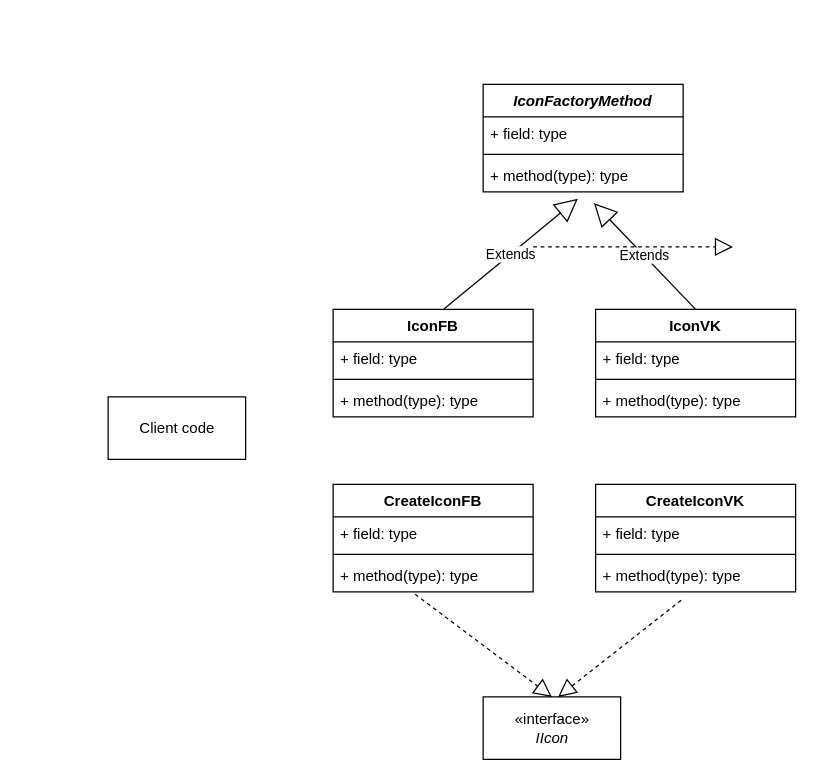
Above: Creational/Factory method/UML FactoryMethod.drawio in devlubinets/todo (draw.io), before the change. Source tidied: cells renumbered, new cells numbered last; positions are measured from the earlier drawing's top-left corner, leaving out a move shared by most shapes. Both pictures are drawn from the tidied source at 125%, with x=0, y=0 at pixel (108, 84).
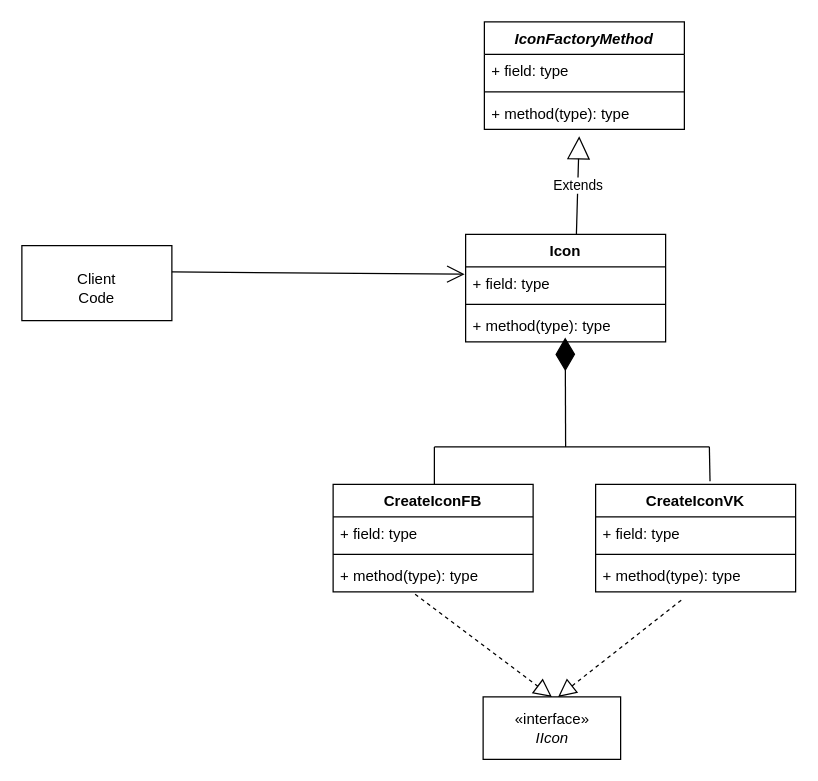
The same diagram, later.

Unchanged cells that the change refers to:
```xml
<mxCell id="6" value="+ method(type): type" style="text;strokeColor=none;fillColor=none;align=left;verticalAlign=top;spacingLeft=4;spacingRight=4;overflow=hidden;points=[[0,0.5],[1,0.5]];portConstraint=eastwest;" parent="3" vertex="1">
  <mxGeometry y="60" width="160" height="26" as="geometry" />
</mxCell>
<mxCell id="8" value="+ field: type" style="text;strokeColor=none;fillColor=none;align=left;verticalAlign=top;spacingLeft=4;spacingRight=4;overflow=hidden;points=[[0,0.5],[1,0.5]];portConstraint=eastwest;" parent="7" vertex="1">
  <mxGeometry y="26" width="160" height="26" as="geometry" />
</mxCell>
<mxCell id="10" value="+ method(type): type" style="text;strokeColor=none;fillColor=none;align=left;verticalAlign=top;spacingLeft=4;spacingRight=4;overflow=hidden;points=[[0,0.5],[1,0.5]];portConstraint=eastwest;" parent="7" vertex="1">
  <mxGeometry y="60" width="160" height="26" as="geometry" />
</mxCell>
<mxCell id="19" value="CreateIconVK" style="swimlane;fontStyle=1;align=center;verticalAlign=top;horizontal=1;startSize=26;" parent="1" vertex="1">
  <mxGeometry x="390" y="320" width="160" height="86" as="geometry" />
</mxCell>
```

What changed in the source:
```diff
@@
     <mxCell id="3" value="IconFactoryMethod" style="swimlane;fontStyle=3;align=center;verticalAlign=top;horizontal=1;startSize=26;" parent="1" vertex="1">
-      <mxGeometry x="300" width="160" height="86" as="geometry" />
+      <mxGeometry x="301" y="-50" width="160" height="86" as="geometry" />
     </mxCell>
@@
-    <mxCell id="7" value="IconFB" style="swimlane;fontStyle=1;align=center;verticalAlign=top;horizontal=1;startSize=26;" parent="1" vertex="1">
-      <mxGeometry x="180" y="180" width="160" height="86" as="geometry" />
+    <mxCell id="7" value="Icon" style="swimlane;fontStyle=1;align=center;verticalAlign=top;horizontal=1;startSize=26;" parent="1" vertex="1">
+      <mxGeometry x="286" y="120" width="160" height="86" as="geometry" />
     </mxCell>
@@
-    <mxCell id="11" value="IconVK" style="swimlane;fontStyle=1;align=center;verticalAlign=top;horizontal=1;startSize=26;" parent="1" vertex="1">
-      <mxGeometry x="390" y="180" width="160" height="86" as="geometry" />
-    </mxCell>
-    <mxCell id="12" value="+ field: type" style="text;strokeColor=none;fillColor=none;align=left;verticalAlign=top;spacingLeft=4;spacingRight=4;overflow=hidden;" parent="11" vertex="1">
-      <mxGeometry y="26" width="160" height="26" as="geometry" />
-    </mxCell>
-    <mxCell id="13" style="line;strokeWidth=1;fillColor=none;align=left;verticalAlign=middle;spacingTop=-1;spacingLeft=3;spacingRight=3;labelPosition=right;" parent="11" vertex="1">
-      <mxGeometry y="52" width="160" height="8" as="geometry" />
-    </mxCell>
-    <mxCell id="14" value="+ method(type): type" style="text;strokeColor=none;fillColor=none;align=left;verticalAlign=top;spacingLeft=4;spacingRight=4;overflow=hidden;" parent="11" vertex="1">
-      <mxGeometry y="60" width="160" height="26" as="geometry" />
-    </mxCell>
@@
-    <mxCell id="23" value="Client code" style="html=1;" parent="1" vertex="1">
-      <mxGeometry y="250" width="110" height="50" as="geometry" />
-    </mxCell>
@@
-    <mxCell id="25" value="Extends" style="endArrow=block;endSize=16;endFill=0;html=1;rounded=0;exitX=0.5;exitY=0;exitDx=0;exitDy=0;entryX=0.554;entryY=1.346;entryDx=0;entryDy=0;entryPerimeter=0;" parent="1" edge="1" source="11" target="6">
-      <mxGeometry relative="1" as="geometry" />
-    </mxCell>
-    <mxCell id="26" style="endArrow=block;dashed=1;endFill=0;endSize=12;html=1;rounded=0;" parent="1" edge="1">
-      <mxGeometry relative="1" as="geometry">
-        <mxPoint x="340" y="130" as="sourcePoint" />
-        <mxPoint x="500" y="130" as="targetPoint" />
-      </mxGeometry>
-    </mxCell>
@@
+    <mxCell id="29" style="endArrow=diamondThin;endFill=1;endSize=24;html=1;entryX=0.498;entryY=0.865;entryDx=0;entryDy=0;entryPerimeter=0;" parent="1" edge="1" target="10">
+      <mxGeometry relative="1" as="geometry">
+        <mxPoint x="366" y="290" as="sourcePoint" />
+      </mxGeometry>
+    </mxCell>
+    <mxCell id="30" style="endArrow=none;html=1;" parent="1" edge="1">
+      <mxGeometry relative="1" as="geometry">
+        <mxPoint x="261" y="290" as="sourcePoint" />
+        <mxPoint x="481" y="290" as="targetPoint" />
+      </mxGeometry>
+    </mxCell>
+    <mxCell id="31" style="endArrow=none;html=1;" parent="1" edge="1">
+      <mxGeometry relative="1" as="geometry">
+        <mxPoint x="261" y="320" as="sourcePoint" />
+        <mxPoint x="261" y="290" as="targetPoint" />
+      </mxGeometry>
+    </mxCell>
+    <mxCell id="32" style="endArrow=none;html=1;exitX=0.572;exitY=-0.029;exitDx=0;exitDy=0;exitPerimeter=0;" parent="1" edge="1" source="19">
+      <mxGeometry relative="1" as="geometry">
+        <mxPoint x="481" y="290" as="targetPoint" />
+      </mxGeometry>
+    </mxCell>
+    <mxCell id="33" style="rounded=0;whiteSpace=wrap;html=1;" parent="1" vertex="1">
+      <mxGeometry x="-69" y="129" width="120" height="60" as="geometry" />
+    </mxCell>
+    <mxCell id="34" value="Client Code" style="text;html=1;strokeColor=none;fillColor=none;align=center;verticalAlign=middle;whiteSpace=wrap;rounded=0;" parent="1" vertex="1">
+      <mxGeometry x="-29" y="153" width="40" height="20" as="geometry" />
+    </mxCell>
+    <mxCell id="35" style="endArrow=open;endFill=1;endSize=12;html=1;entryX=-0.005;entryY=0.226;entryDx=0;entryDy=0;entryPerimeter=0;" parent="1" edge="1" target="8">
+      <mxGeometry relative="1" as="geometry">
+        <mxPoint x="51" y="150" as="sourcePoint" />
+      </mxGeometry>
+    </mxCell>
```
